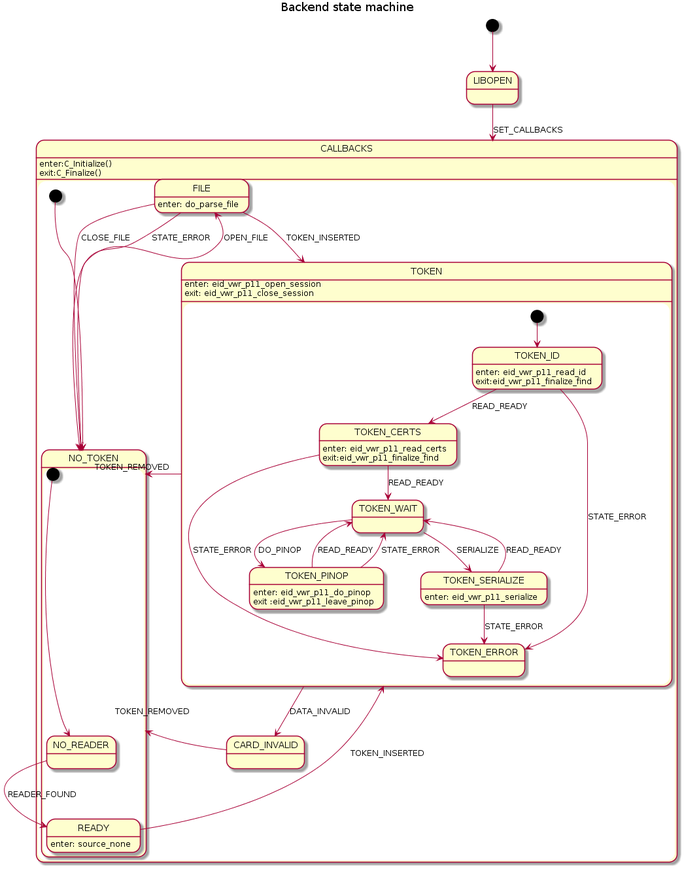
Before: plugins_tools/eid-viewer/uml/umldiagram.png, a diagram exported from PlantUML (Fedict/eid-mw).
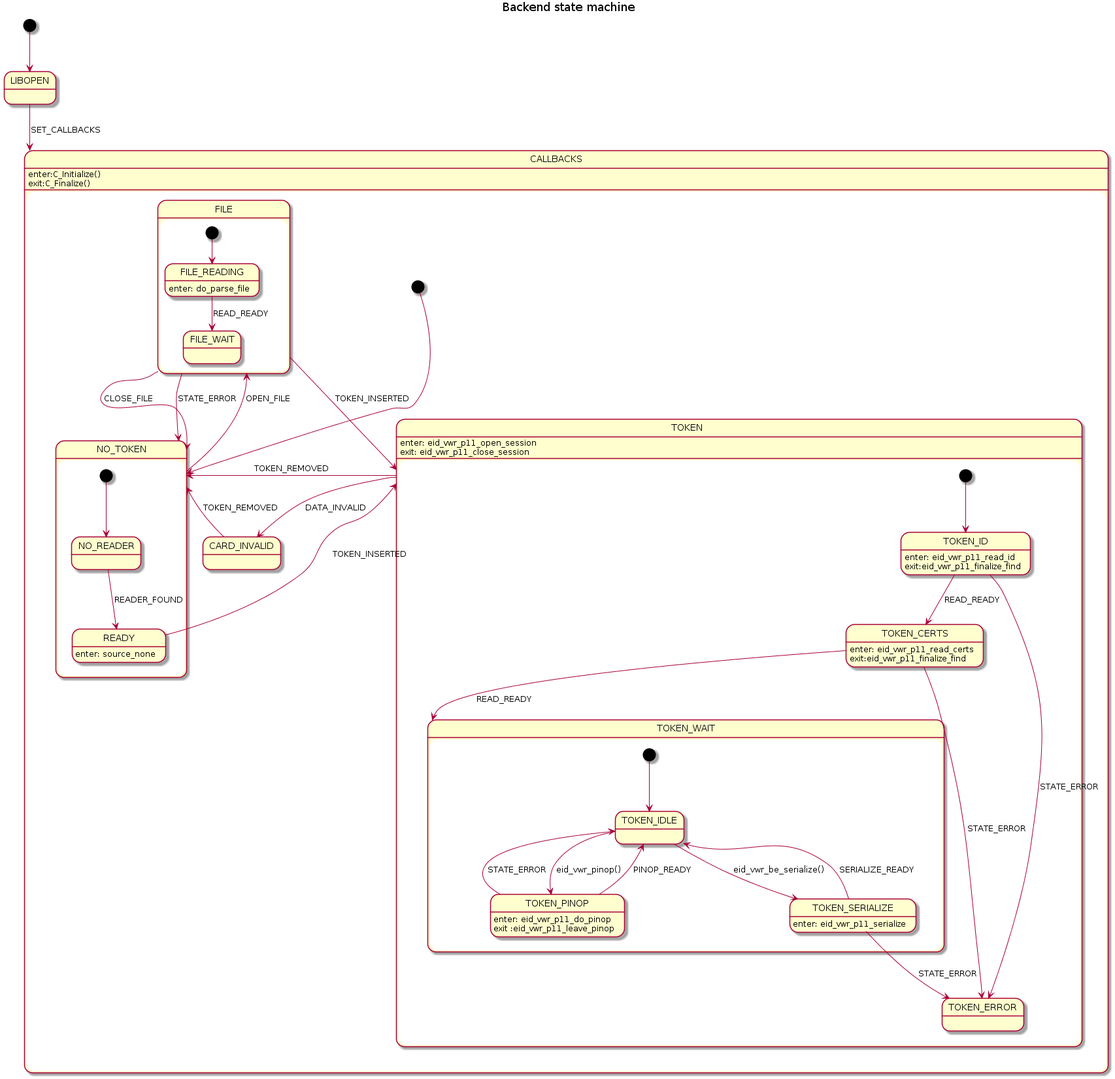
The same file after the commit.

Commit message:
eID Viewer Backend: updated uml state diagrams with new substates

Diff of the diagram source:
```diff
@@ -5,6 +5,7 @@
 [*] --> LIBOPEN
 
 LIBOPEN --> CALLBACKS : SET_CALLBACKS
+
 
 CALLBACKS: enter:C_Initialize()\nexit:C_Finalize()
 state CALLBACKS {
@@ -19,13 +20,15 @@
   FILE --> NO_TOKEN : CLOSE_FILE
   FILE --> TOKEN : TOKEN_INSERTED
   FILE --> NO_TOKEN : STATE_ERROR
-  FILE: enter: do_parse_file
+  state FILE {
+    [*] --> FILE_READING
+    FILE_READING: enter: do_parse_file
+    FILE_READING --> FILE_WAIT: READ_READY
+  }
 
   TOKEN: enter: eid_vwr_p11_open_session\nexit: eid_vwr_p11_close_session
   TOKEN --> NO_TOKEN : TOKEN_REMOVED
-  TOKEN --> CARD_INVALID : DATA_INVALID
-
-  CARD_INVALID --> NO_TOKEN : TOKEN_REMOVED
+  TOKEN -down-> CARD_INVALID : DATA_INVALID
 
   state NO_TOKEN {
     state NO_READER
@@ -43,8 +46,6 @@
     state TOKEN_CERTS
     state TOKEN_ERROR
     state TOKEN_WAIT
-    state TOKEN_PINOP
-    state TOKEN_SERIALIZE
 
     [*] --> TOKEN_ID
 
@@ -56,17 +57,26 @@
     TOKEN_CERTS --> TOKEN_ERROR : STATE_ERROR
     TOKEN_CERTS: enter: eid_vwr_p11_read_certs\nexit:eid_vwr_p11_finalize_find
 
-    TOKEN_WAIT --> TOKEN_PINOP : DO_PINOP
-    TOKEN_WAIT --> TOKEN_SERIALIZE : SERIALIZE
+    state TOKEN_WAIT {
+      state TOKEN_IDLE
+      state TOKEN_PINOP
+      state TOKEN_SERIALIZE
 
-    TOKEN_PINOP --> TOKEN_WAIT : READ_READY
-    TOKEN_PINOP --> TOKEN_WAIT : STATE_ERROR
-    TOKEN_PINOP: enter: eid_vwr_p11_do_pinop\nexit :eid_vwr_p11_leave_pinop
+      [*] --> TOKEN_IDLE
 
-    TOKEN_SERIALIZE --> TOKEN_WAIT : READ_READY
-    TOKEN_SERIALIZE --> TOKEN_ERROR : STATE_ERROR
-    TOKEN_SERIALIZE: enter: eid_vwr_p11_serialize
+      TOKEN_IDLE --> TOKEN_PINOP : eid_vwr_pinop()
+      TOKEN_IDLE --> TOKEN_SERIALIZE : eid_vwr_be_serialize()
+
+      TOKEN_PINOP --> TOKEN_IDLE : PINOP_READY
+      TOKEN_PINOP --> TOKEN_IDLE : STATE_ERROR
+      TOKEN_PINOP: enter: eid_vwr_p11_do_pinop\nexit :eid_vwr_p11_leave_pinop
+
+      TOKEN_SERIALIZE --> TOKEN_IDLE : SERIALIZE_READY
+      TOKEN_SERIALIZE --> TOKEN_ERROR : STATE_ERROR
+      TOKEN_SERIALIZE: enter: eid_vwr_p11_serialize
+
+    }
   }
+  CARD_INVALID -left-> NO_TOKEN : TOKEN_REMOVED
 }
-
 @enduml
```
